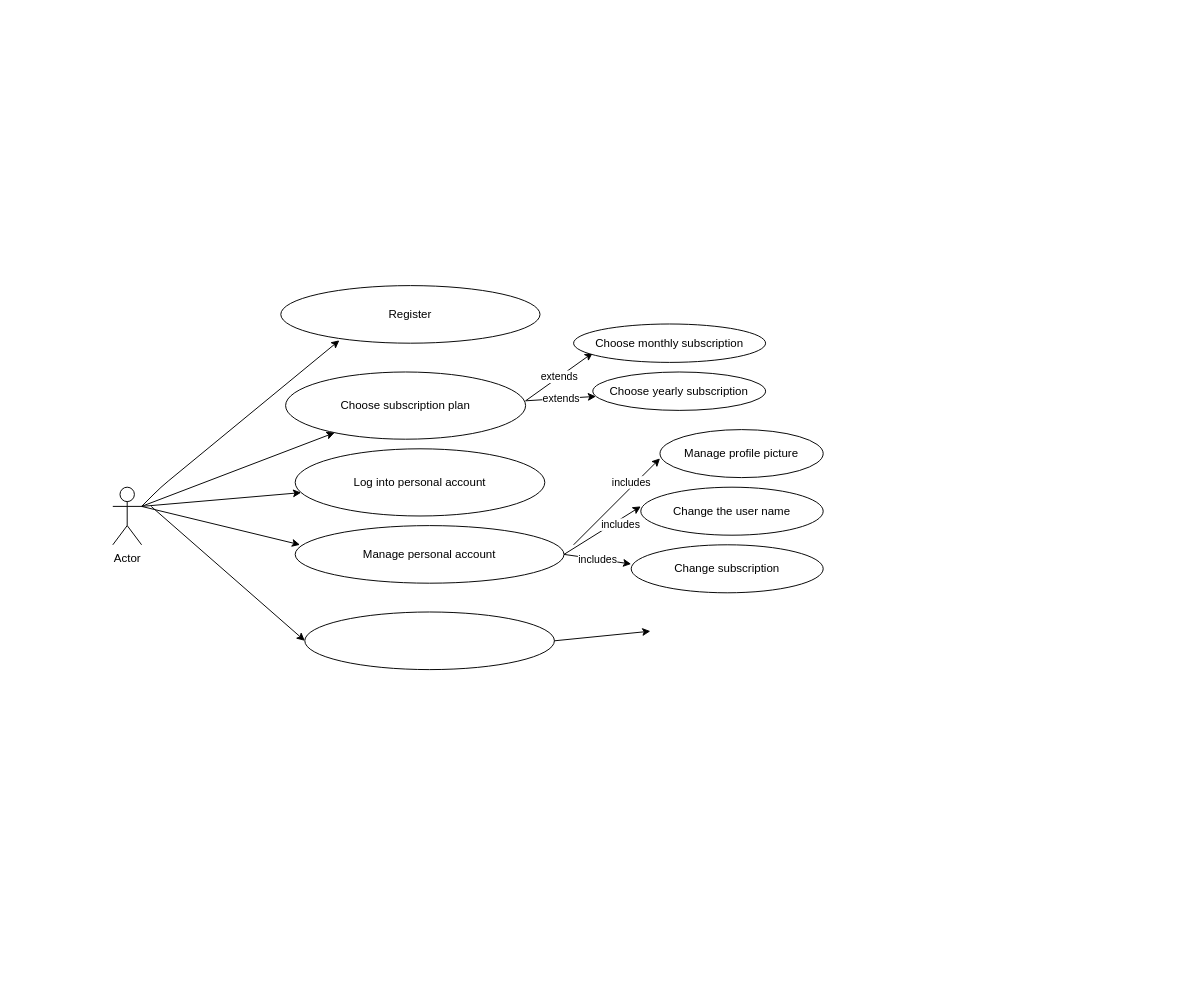
Earlier version of the draw.io diagram Untitled Diagram.drawio (fardin019/CS335-RecipeRepositoryApp). Source tidied: cells renumbered, new cells numbered last; positions are measured from the earlier drawing's top-left corner, leaving out a move shared by most shapes. Both pictures are drawn from the tidied source at 96%, with x=0, y=0 at pixel (112, 285).
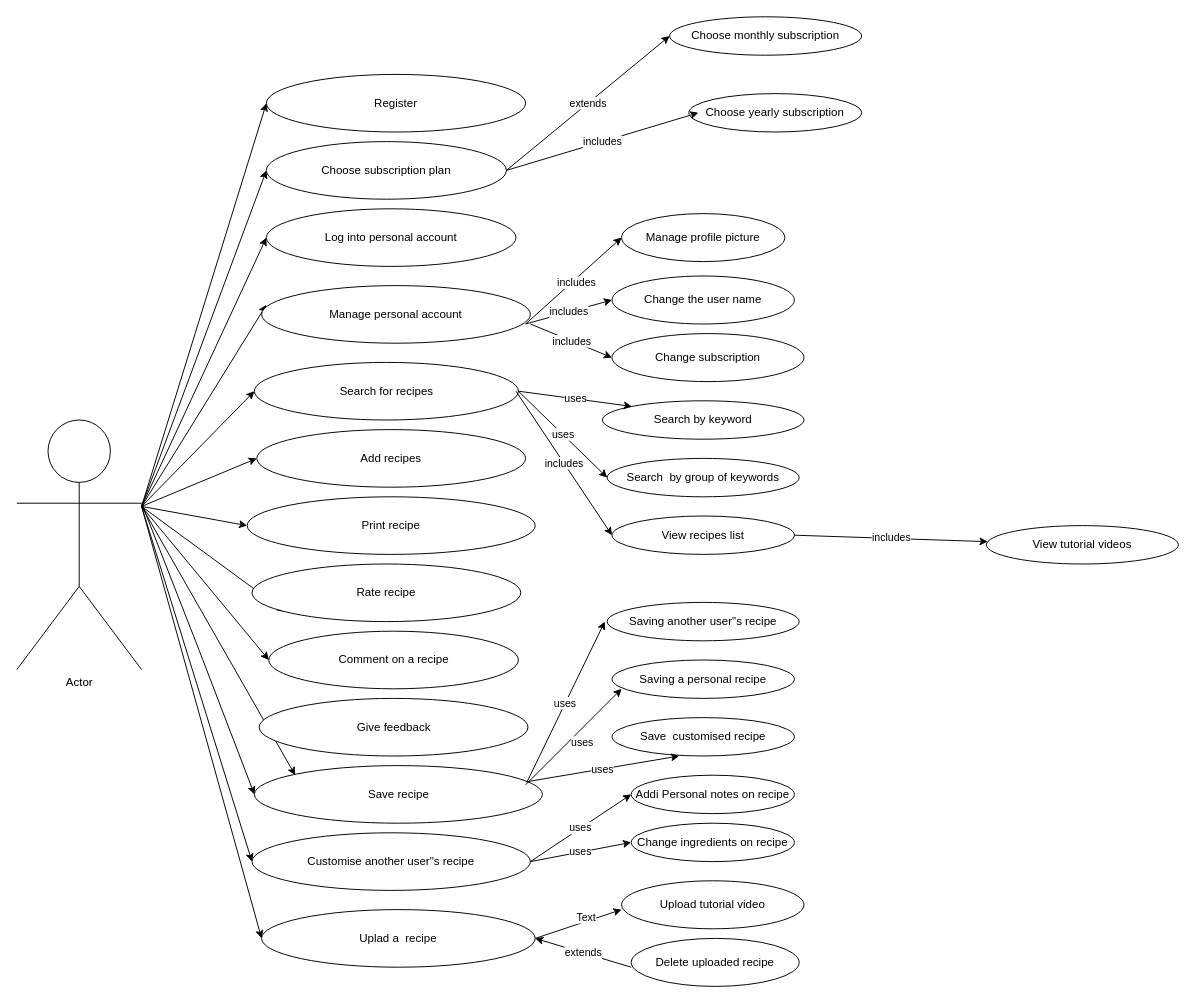
Above is the later version.

Commit message:
USE CASE DIAGRAM

What changed in the source:
```diff
@@
     <mxCell id="2" value="Actor" style="shape=umlActor;verticalLabelPosition=bottom;verticalAlign=top;html=1;outlineConnect=0;" parent="1" vertex="1">
-      <mxGeometry y="210" width="30" height="60" as="geometry" />
+      <mxGeometry x="-100" y="140" width="130" height="260" as="geometry" />
     </mxCell>
-    <mxCell id="3" style="endArrow=classic;html=1;entryX=0.226;entryY=0.95;entryDx=0;entryDy=0;entryPerimeter=0;" parent="1" edge="1" target="4">
-      <mxGeometry relative="1" as="geometry">
-        <mxPoint x="30" y="230" as="sourcePoint" />
-        <Array as="points">
-          <mxPoint x="50" y="210" />
-        </Array>
-      </mxGeometry>
-    </mxCell>
     <mxCell id="4" value="Register" style="ellipse;whiteSpace=wrap;html=1;" parent="1" vertex="1">
-      <mxGeometry x="175" width="270" height="60" as="geometry" />
+      <mxGeometry x="160" y="-220" width="270" height="60" as="geometry" />
     </mxCell>
-    <mxCell id="5" style="endArrow=classic;html=1;" parent="1" edge="1" target="6">
+    <mxCell id="5" style="endArrow=classic;html=1;" parent="1" edge="1">
       <mxGeometry relative="1" as="geometry">
         <mxPoint x="30" y="230" as="sourcePoint" />
+        <mxPoint x="160" y="-120" as="targetPoint" />
       </mxGeometry>
     </mxCell>
     <mxCell id="6" value="Choose subscription plan" style="ellipse;whiteSpace=wrap;html=1;" parent="1" vertex="1">
-      <mxGeometry x="180" y="90" width="250" height="70" as="geometry" />
+      <mxGeometry x="160" y="-150" width="250" height="60" as="geometry" />
     </mxCell>
-    <mxCell id="7" value="extends" style="endArrow=classic;html=1;" parent="1" edge="1">
-      <mxGeometry relative="1" as="geometry">
-        <mxPoint x="430" y="120" as="sourcePoint" />
-        <mxPoint x="500" y="70" as="targetPoint" />
-      </mxGeometry>
+    <mxCell id="7" value="extends" style="endArrow=classic;html=1;entryX=0;entryY=0.5;entryDx=0;entryDy=0;exitX=1;exitY=0.5;exitDx=0;exitDy=0;" parent="1" edge="1" source="6" target="8">
+      <mxGeometry relative="1" as="geometry" />
     </mxCell>
     <mxCell id="8" value="Choose monthly subscription" style="ellipse;whiteSpace=wrap;html=1;" parent="1" vertex="1">
-      <mxGeometry x="480" y="40" width="200" height="40" as="geometry" />
+      <mxGeometry x="580" y="-280" width="200" height="40" as="geometry" />
     </mxCell>
-    <mxCell id="9" value="extends" style="endArrow=classic;html=1;" parent="1" edge="1" target="10">
-      <mxGeometry relative="1" as="geometry">
-        <mxPoint x="430" y="120" as="sourcePoint" />
-      </mxGeometry>
-    </mxCell>
     <mxCell id="10" value="Choose yearly subscription" style="ellipse;whiteSpace=wrap;html=1;" parent="1" vertex="1">
-      <mxGeometry x="500" y="90" width="180" height="40" as="geometry" />
+      <mxGeometry x="600" y="-200" width="180" height="40" as="geometry" />
     </mxCell>
-    <mxCell id="11" style="endArrow=classic;html=1;" parent="1" edge="1" target="12">
+    <mxCell id="11" style="endArrow=classic;html=1;entryX=0;entryY=0.5;entryDx=0;entryDy=0;" parent="1" edge="1" target="12">
       <mxGeometry relative="1" as="geometry">
         <mxPoint x="30" y="230" as="sourcePoint" />
       </mxGeometry>
     </mxCell>
     <mxCell id="12" value="Log into personal account" style="ellipse;whiteSpace=wrap;html=1;" parent="1" vertex="1">
-      <mxGeometry x="190" y="170" width="260" height="70" as="geometry" />
+      <mxGeometry x="160" y="-80" width="260" height="60" as="geometry" />
     </mxCell>
@@
     <mxCell id="14" value="Manage personal account" style="ellipse;whiteSpace=wrap;html=1;" parent="1" vertex="1">
-      <mxGeometry x="190" y="250" width="280" height="60" as="geometry" />
+      <mxGeometry x="155" width="280" height="60" as="geometry" />
     </mxCell>
-    <mxCell id="15" style="endArrow=classic;html=1;" parent="1" edge="1">
-      <mxGeometry relative="1" as="geometry">
-        <mxPoint x="480" y="270" as="sourcePoint" />
-        <mxPoint x="570" y="180" as="targetPoint" />
-      </mxGeometry>
-    </mxCell>
-    <mxCell id="16" value="includes&lt;br&gt;" style="edgeLabel;html=1;align=center;verticalAlign=middle;" parent="15" vertex="1">
-      <mxGeometry x="0.39" y="4" relative="1" as="geometry" />
-    </mxCell>
-    <mxCell id="17" style="endArrow=classic;html=1;" parent="1" edge="1">
-      <mxGeometry relative="1" as="geometry">
-        <mxPoint x="470" y="280" as="sourcePoint" />
-        <mxPoint x="550" y="230" as="targetPoint" />
-      </mxGeometry>
-    </mxCell>
-    <mxCell id="18" value="includes" style="edgeLabel;html=1;align=center;verticalAlign=middle;" parent="17" vertex="1">
-      <mxGeometry x="0.43" y="-5" relative="1" as="geometry">
-        <mxPoint x="-1" as="offset" />
-      </mxGeometry>
-    </mxCell>
-    <mxCell id="19" value="includes" style="endArrow=classic;html=1;" parent="1" edge="1">
-      <mxGeometry relative="1" as="geometry">
-        <mxPoint x="470" y="280" as="sourcePoint" />
-        <mxPoint x="540" y="290" as="targetPoint" />
-      </mxGeometry>
-    </mxCell>
     <mxCell id="20" value="Change the user name" style="ellipse;whiteSpace=wrap;html=1;" parent="1" vertex="1">
-      <mxGeometry x="550" y="210" width="190" height="50" as="geometry" />
+      <mxGeometry x="520" y="-10" width="190" height="50" as="geometry" />
     </mxCell>
     <mxCell id="21" value="Change subscription" style="ellipse;whiteSpace=wrap;html=1;" parent="1" vertex="1">
-      <mxGeometry x="540" y="270" width="200" height="50" as="geometry" />
+      <mxGeometry x="520" y="50" width="200" height="50" as="geometry" />
     </mxCell>
     <mxCell id="22" value="Manage profile picture" style="ellipse;whiteSpace=wrap;html=1;" parent="1" vertex="1">
-      <mxGeometry x="570" y="150" width="170" height="50" as="geometry" />
+      <mxGeometry x="530" y="-75" width="170" height="50" as="geometry" />
     </mxCell>
-    <mxCell id="23" style="endArrow=classic;html=1;" parent="1" edge="1">
+    <mxCell id="23" style="endArrow=classic;html=1;entryX=0;entryY=0.5;entryDx=0;entryDy=0;" parent="1" edge="1" target="24">
       <mxGeometry relative="1" as="geometry">
-        <mxPoint x="40" y="230" as="sourcePoint" />
-        <mxPoint x="200" y="370" as="targetPoint" />
+        <mxPoint x="30" y="230" as="sourcePoint" />
       </mxGeometry>
     </mxCell>
-    <mxCell id="24" style="ellipse;whiteSpace=wrap;html=1;" parent="1" vertex="1">
-      <mxGeometry x="200" y="340" width="260" height="60" as="geometry" />
+    <mxCell id="24" value="Search for recipes" style="ellipse;whiteSpace=wrap;html=1;" parent="1" vertex="1">
+      <mxGeometry x="147.5" y="80" width="275" height="60" as="geometry" />
     </mxCell>
-    <mxCell id="25" style="endArrow=classic;html=1;" parent="1" edge="1">
-      <mxGeometry relative="1" as="geometry">
-        <mxPoint x="460" y="370" as="sourcePoint" />
-        <mxPoint x="560" y="360" as="targetPoint" />
-      </mxGeometry>
-    </mxCell>
+    <mxCell id="26" value="Search by keyword" style="ellipse;whiteSpace=wrap;html=1;" parent="1" vertex="1">
+      <mxGeometry x="510" y="120" width="210" height="40" as="geometry" />
+    </mxCell>
+    <mxCell id="27" value="Search &amp;nbsp;by group of keywords" style="ellipse;whiteSpace=wrap;html=1;" parent="1" vertex="1">
+      <mxGeometry x="515" y="180" width="200" height="40" as="geometry" />
+    </mxCell>
+    <mxCell id="28" value="includes" style="endArrow=classic;html=1;entryX=0;entryY=0.5;entryDx=0;entryDy=0;" parent="1" edge="1" target="29">
+      <mxGeometry relative="1" as="geometry">
+        <mxPoint x="420" y="110" as="sourcePoint" />
+      </mxGeometry>
+    </mxCell>
+    <mxCell id="29" value="View recipes list" style="ellipse;whiteSpace=wrap;html=1;" parent="1" vertex="1">
+      <mxGeometry x="520" y="240" width="190" height="40" as="geometry" />
+    </mxCell>
+    <mxCell id="30" value="includes" style="endArrow=classic;html=1;exitX=1;exitY=0.5;exitDx=0;exitDy=0;" parent="1" edge="1" source="29" target="31">
+      <mxGeometry relative="1" as="geometry" />
+    </mxCell>
+    <mxCell id="31" value="View tutorial videos" style="ellipse;whiteSpace=wrap;html=1;" parent="1" vertex="1">
+      <mxGeometry x="910" y="250" width="200" height="40" as="geometry" />
+    </mxCell>
+    <mxCell id="32" style="endArrow=classic;html=1;entryX=0;entryY=0.5;entryDx=0;entryDy=0;exitX=1;exitY=0.3333333333333333;exitDx=0;exitDy=0;exitPerimeter=0;" parent="1" edge="1" source="2" target="49">
+      <mxGeometry relative="1" as="geometry">
+        <Array as="points">
+          <mxPoint x="90" y="380" />
+        </Array>
+      </mxGeometry>
+    </mxCell>
+    <mxCell id="19" value="includes" style="endArrow=classic;html=1;" parent="1" edge="1">
+      <mxGeometry relative="1" as="geometry">
+        <mxPoint x="410" y="-120" as="sourcePoint" />
+        <mxPoint x="610" y="-180" as="targetPoint" />
+      </mxGeometry>
+    </mxCell>
+    <mxCell id="33" style="endArrow=classic;html=1;entryX=0;entryY=0.5;entryDx=0;entryDy=0;" parent="1" edge="1" target="22">
+      <mxGeometry relative="1" as="geometry">
+        <mxPoint x="430" y="40" as="sourcePoint" />
+      </mxGeometry>
+    </mxCell>
+    <mxCell id="18" value="includes" style="edgeLabel;html=1;align=center;verticalAlign=middle;" parent="33" vertex="1">
+      <mxGeometry x="0.01" y="-3" relative="1" as="geometry" />
+    </mxCell>
+    <mxCell id="34" value="includes" style="endArrow=classic;html=1;entryX=0;entryY=0.5;entryDx=0;entryDy=0;" parent="1" edge="1" target="20">
+      <mxGeometry relative="1" as="geometry">
+        <mxPoint x="430" y="40" as="sourcePoint" />
+      </mxGeometry>
+    </mxCell>
+    <mxCell id="35" value="includes" style="endArrow=classic;html=1;entryX=0;entryY=0.5;entryDx=0;entryDy=0;" parent="1" edge="1" target="21">
+      <mxGeometry relative="1" as="geometry">
+        <mxPoint x="435" y="40" as="sourcePoint" />
+      </mxGeometry>
+    </mxCell>
+    <mxCell id="36" value="uses" style="endArrow=classic;html=1;entryX=0;entryY=0.5;entryDx=0;entryDy=0;exitX=1;exitY=0.5;exitDx=0;exitDy=0;" parent="1" edge="1" source="24" target="27">
+      <mxGeometry relative="1" as="geometry" />
+    </mxCell>
+    <mxCell id="37" value="uses" style="endArrow=classic;html=1;entryX=0;entryY=0;entryDx=0;entryDy=0;exitX=1;exitY=0.5;exitDx=0;exitDy=0;" parent="1" edge="1" source="24" target="26">
+      <mxGeometry relative="1" as="geometry" />
+    </mxCell>
+    <mxCell id="38" style="endArrow=classic;html=1;entryX=0;entryY=0.5;entryDx=0;entryDy=0;" parent="1" edge="1" target="39">
+      <mxGeometry relative="1" as="geometry">
+        <mxPoint x="30" y="230" as="sourcePoint" />
+      </mxGeometry>
+    </mxCell>
+    <mxCell id="39" value="Add recipes" style="ellipse;whiteSpace=wrap;html=1;" parent="1" vertex="1">
+      <mxGeometry x="150" y="150" width="280" height="60" as="geometry" />
+    </mxCell>
+    <mxCell id="40" style="endArrow=classic;html=1;" parent="1" edge="1">
+      <mxGeometry relative="1" as="geometry">
+        <mxPoint x="30" y="230" as="sourcePoint" />
+        <mxPoint x="180" y="340" as="targetPoint" />
+      </mxGeometry>
+    </mxCell>
+    <mxCell id="41" style="endArrow=classic;html=1;entryX=0;entryY=0.5;entryDx=0;entryDy=0;" parent="1" edge="1" target="42">
+      <mxGeometry relative="1" as="geometry">
+        <mxPoint x="30" y="230" as="sourcePoint" />
+      </mxGeometry>
+    </mxCell>
+    <mxCell id="42" value="Print recipe" style="ellipse;whiteSpace=wrap;html=1;" parent="1" vertex="1">
+      <mxGeometry x="140" y="220" width="300" height="60" as="geometry" />
+    </mxCell>
+    <mxCell id="43" style="endArrow=classic;html=1;" parent="1" edge="1">
+      <mxGeometry relative="1" as="geometry">
+        <mxPoint x="30" y="230" as="sourcePoint" />
+        <mxPoint x="190" y="510" as="targetPoint" />
+      </mxGeometry>
+    </mxCell>
+    <mxCell id="44" value="Rate recipe" style="ellipse;whiteSpace=wrap;html=1;" parent="1" vertex="1">
+      <mxGeometry x="145" y="290" width="280" height="60" as="geometry" />
+    </mxCell>
+    <mxCell id="45" style="endArrow=classic;html=1;entryX=0;entryY=0.5;entryDx=0;entryDy=0;" parent="1" edge="1" target="46">
+      <mxGeometry relative="1" as="geometry">
+        <mxPoint x="30" y="230" as="sourcePoint" />
+      </mxGeometry>
+    </mxCell>
+    <mxCell id="46" value="Comment on a recipe" style="ellipse;whiteSpace=wrap;html=1;" parent="1" vertex="1">
+      <mxGeometry x="162.5" y="360" width="260" height="60" as="geometry" />
+    </mxCell>
+    <mxCell id="47" value="Give feedback" style="ellipse;whiteSpace=wrap;html=1;" parent="1" vertex="1">
+      <mxGeometry x="152.5" y="430" width="280" height="60" as="geometry" />
+    </mxCell>
+    <mxCell id="48" value="uses" style="endArrow=classic;html=1;" parent="1" edge="1">
+      <mxGeometry relative="1" as="geometry">
+        <mxPoint x="430" y="520" as="sourcePoint" />
+        <mxPoint x="512.5" y="350" as="targetPoint" />
+      </mxGeometry>
+    </mxCell>
+    <mxCell id="49" value="Save recipe" style="ellipse;whiteSpace=wrap;html=1;" parent="1" vertex="1">
+      <mxGeometry x="147.5" y="500" width="300" height="60" as="geometry" />
+    </mxCell>
+    <mxCell id="50" value="Saving another user&quot;s recipe" style="ellipse;whiteSpace=wrap;html=1;" parent="1" vertex="1">
+      <mxGeometry x="515" y="330" width="200" height="40" as="geometry" />
+    </mxCell>
+    <mxCell id="51" value="Save &amp;nbsp;customised recipe" style="ellipse;whiteSpace=wrap;html=1;" parent="1" vertex="1">
+      <mxGeometry x="520" y="450" width="190" height="40" as="geometry" />
+    </mxCell>
+    <mxCell id="52" style="endArrow=classic;html=1;" parent="1" edge="1">
+      <mxGeometry relative="1" as="geometry">
+        <mxPoint x="430" y="520" as="sourcePoint" />
+        <mxPoint x="530" y="420" as="targetPoint" />
+      </mxGeometry>
+    </mxCell>
+    <mxCell id="53" value="uses" style="edgeLabel;html=1;align=center;verticalAlign=middle;" parent="52" vertex="1">
+      <mxGeometry x="0.01" y="-10" relative="1" as="geometry">
+        <mxPoint x="1" y="-1" as="offset" />
+      </mxGeometry>
+    </mxCell>
+    <mxCell id="54" value="uses" style="endArrow=classic;html=1;" parent="1" edge="1">
+      <mxGeometry relative="1" as="geometry">
+        <mxPoint x="430" y="517" as="sourcePoint" />
+        <mxPoint x="590" y="490" as="targetPoint" />
+      </mxGeometry>
+    </mxCell>
+    <mxCell id="55" value="Saving a personal recipe" style="ellipse;whiteSpace=wrap;html=1;" parent="1" vertex="1">
+      <mxGeometry x="520" y="390" width="190" height="40" as="geometry" />
+    </mxCell>
+    <mxCell id="56" style="endArrow=classic;html=1;entryX=0;entryY=0.5;entryDx=0;entryDy=0;" parent="1" edge="1" target="57">
+      <mxGeometry relative="1" as="geometry">
+        <mxPoint x="30" y="230" as="sourcePoint" />
+      </mxGeometry>
+    </mxCell>
+    <mxCell id="57" value="Customise another user&quot;s recipe" style="ellipse;whiteSpace=wrap;html=1;" parent="1" vertex="1">
+      <mxGeometry x="145" y="570" width="290" height="60" as="geometry" />
+    </mxCell>
+    <mxCell id="58" value="uses" style="endArrow=classic;html=1;exitX=1;exitY=0.5;exitDx=0;exitDy=0;" parent="1" edge="1" source="57">
+      <mxGeometry relative="1" as="geometry">
+        <mxPoint x="540" y="530" as="targetPoint" />
+      </mxGeometry>
+    </mxCell>
+    <mxCell id="59" value="Change ingredients on recipe" style="ellipse;whiteSpace=wrap;html=1;" parent="1" vertex="1">
+      <mxGeometry x="540" y="560" width="170" height="40" as="geometry" />
+    </mxCell>
+    <mxCell id="60" value="Addi Personal notes on recipe" style="ellipse;whiteSpace=wrap;html=1;" parent="1" vertex="1">
+      <mxGeometry x="540" y="510" width="170" height="40" as="geometry" />
+    </mxCell>
+    <mxCell id="61" value="uses" style="endArrow=classic;html=1;entryX=0;entryY=0.5;entryDx=0;entryDy=0;exitX=1;exitY=0.5;exitDx=0;exitDy=0;" parent="1" edge="1" source="57" target="59">
+      <mxGeometry relative="1" as="geometry" />
+    </mxCell>
+    <mxCell id="62" style="endArrow=classic;html=1;entryX=0;entryY=0.5;entryDx=0;entryDy=0;" parent="1" edge="1" target="63">
+      <mxGeometry relative="1" as="geometry">
+        <mxPoint x="30" y="230" as="sourcePoint" />
+      </mxGeometry>
+    </mxCell>
+    <mxCell id="63" value="Uplad a &amp;nbsp;recipe" style="ellipse;whiteSpace=wrap;html=1;" parent="1" vertex="1">
+      <mxGeometry x="155" y="650" width="285" height="60" as="geometry" />
+    </mxCell>
+    <mxCell id="64" style="endArrow=classic;html=1;exitX=1;exitY=0.5;exitDx=0;exitDy=0;" parent="1" edge="1" source="63">
+      <mxGeometry relative="1" as="geometry">
+        <mxPoint x="530" y="650" as="targetPoint" />
+      </mxGeometry>
+    </mxCell>
+    <mxCell id="65" value="Text" style="edgeLabel;html=1;align=center;verticalAlign=middle;" parent="64" vertex="1">
+      <mxGeometry x="0.2" y="5" relative="1" as="geometry" />
+    </mxCell>
+    <mxCell id="66" value="Upload tutorial video" style="ellipse;whiteSpace=wrap;html=1;" parent="1" vertex="1">
+      <mxGeometry x="530" y="620" width="190" height="50" as="geometry" />
+    </mxCell>
+    <mxCell id="67" value="Delete uploaded recipe" style="ellipse;whiteSpace=wrap;html=1;" parent="1" vertex="1">
+      <mxGeometry x="540" y="680" width="175" height="50" as="geometry" />
+    </mxCell>
+    <mxCell id="9" value="extends" style="endArrow=classic;html=1;entryX=1;entryY=0.5;entryDx=0;entryDy=0;" parent="1" edge="1" target="63">
+      <mxGeometry relative="1" as="geometry">
+        <mxPoint x="540" y="710" as="sourcePoint" />
+      </mxGeometry>
+    </mxCell>
+    <mxCell id="68" style="endArrow=classic;html=1;entryX=0;entryY=0.5;entryDx=0;entryDy=0;" parent="1" edge="1" target="4">
+      <mxGeometry relative="1" as="geometry">
+        <mxPoint x="30" y="230" as="sourcePoint" />
+      </mxGeometry>
+    </mxCell>
```
